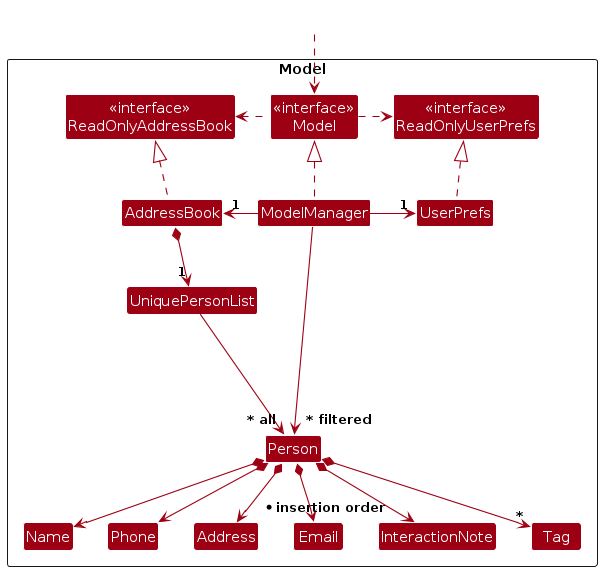
Before: diagrams/ModelClassDiagram.png, a diagram exported from PlantUML (AY2627S1-CS2103T-F14a-4/tp). Its source is kept beside it as diagrams/ModelClassDiagram.puml.
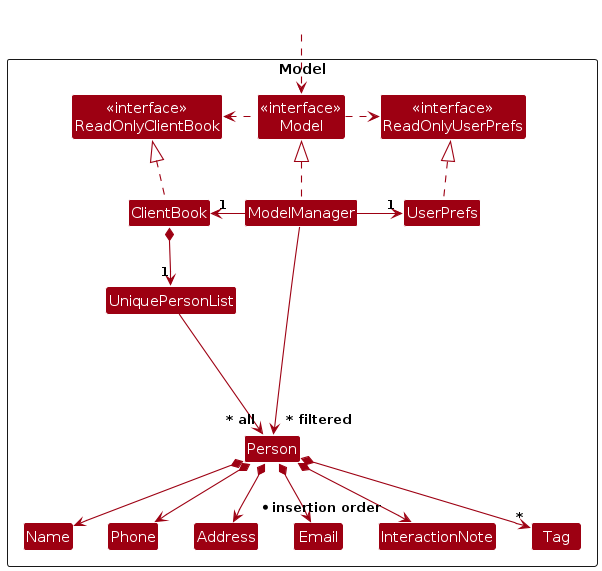
After the commit.

What changed in the source:
```diff
@@ -5,10 +5,10 @@
 skinparam classBackgroundColor MODEL_COLOR
 
 Package Model as ModelPackage <<Rectangle>>{
-Class "<<interface>>\nReadOnlyAddressBook" as ReadOnlyAddressBook
+Class "<<interface>>\nReadOnlyClientBook" as ReadOnlyClientBook
 Class "<<interface>>\nReadOnlyUserPrefs" as ReadOnlyUserPrefs
 Class "<<interface>>\nModel" as Model
-Class AddressBook
+Class ClientBook
 Class ModelManager
 Class UserPrefs
 
@@ -27,16 +27,16 @@
 Class HiddenOutside #FFFFFF
 HiddenOutside ..> Model
 
-AddressBook .up.|> ReadOnlyAddressBook
+ClientBook .up.|> ReadOnlyClientBook
 
 ModelManager .up.|> Model
 Model .right.> ReadOnlyUserPrefs
-Model .left.> ReadOnlyAddressBook
-ModelManager -left-> "1" AddressBook
+Model .left.> ReadOnlyClientBook
+ModelManager -left-> "1" ClientBook
 ModelManager -right-> "1" UserPrefs
 UserPrefs .up.|> ReadOnlyUserPrefs
 
-AddressBook *--> "1" UniquePersonList
+ClientBook *--> "1" UniquePersonList
 UniquePersonList --> "~* all" Person
 Person *--> Name
 Person *--> Phone
```
